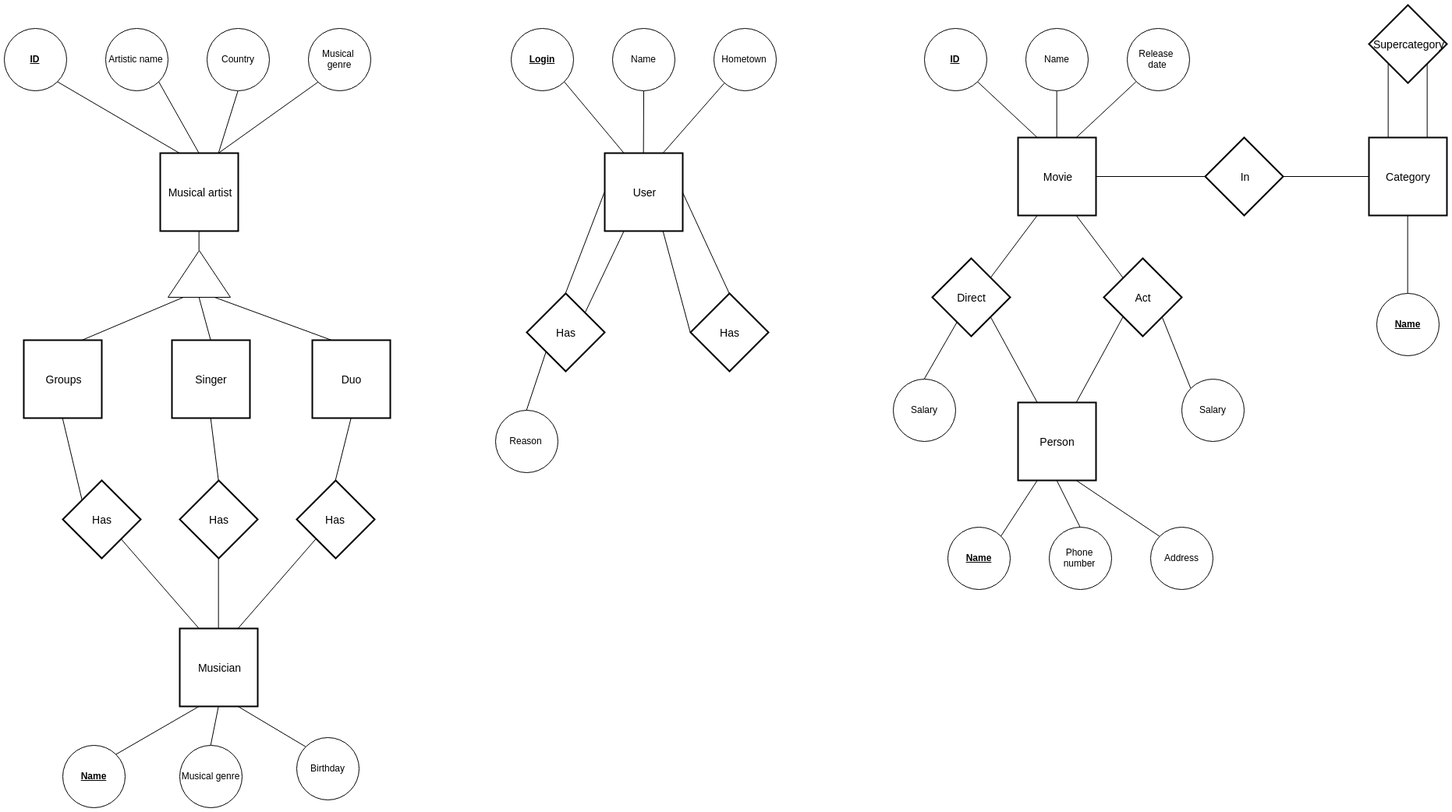
wainejr/CSB30 keeps this draw.io diagram as 02 - Modelagem/ERDiagram/ERDiagram.png. Above is the earlier version. Source tidied: cells renumbered, new cells last; positions are measured from the earlier drawing's top-left corner, leaving out a move shared by most shapes.
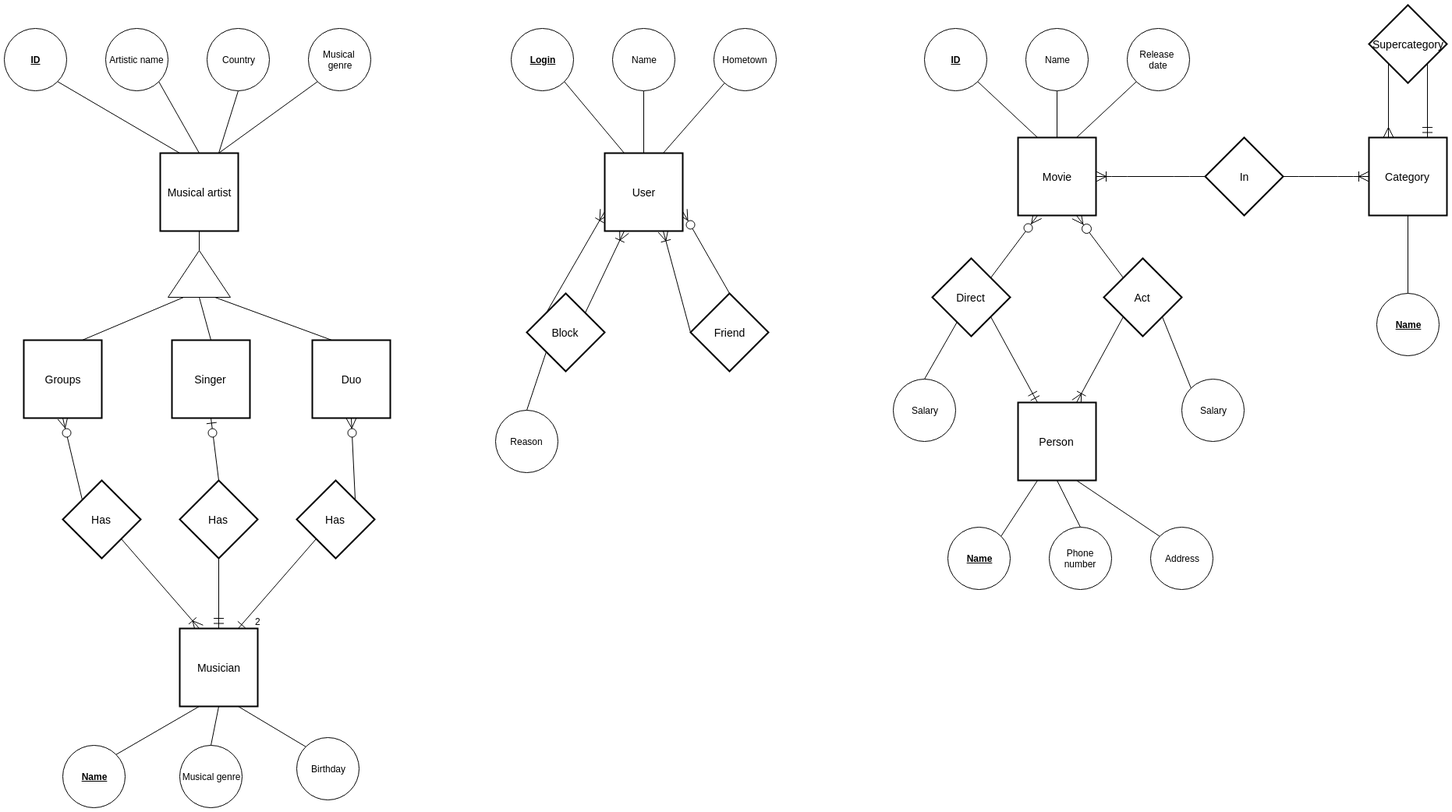
The same diagram one commit later.

Change to the diagram source:
```diff
@@ -44,39 +44,27 @@
     <mxCell id="15" style="triangle;whiteSpace=wrap;html=1;direction=north;" parent="1" vertex="1">
       <mxGeometry x="210" y="315" width="80" height="60" as="geometry" />
     </mxCell>
-    <mxCell id="16" style="edgeStyle=none;rounded=0;jettySize=auto;html=1;exitX=0.5;exitY=1;exitDx=0;exitDy=0;entryX=0;entryY=0;entryDx=0;entryDy=0;endArrow=none;endFill=0;" parent="1" edge="1" source="17" target="23">
+    <mxCell id="16" style="edgeStyle=none;jettySize=auto;html=1;exitX=0.5;exitY=1;exitDx=0;exitDy=0;entryX=0;entryY=0;entryDx=0;entryDy=0;startArrow=ERzeroToMany;startFill=1;startSize=11;endArrow=none;endFill=0;endSize=11;targetPerimeterSpacing=0;strokeWidth=1;fontSize=12;" parent="1" edge="1" source="17" target="23">
       <mxGeometry relative="1" as="geometry" />
     </mxCell>
     <mxCell id="17" value="Groups" style="strokeWidth=2;whiteSpace=wrap;html=1;align=center;fontSize=14;" parent="1" vertex="1">
       <mxGeometry x="25" y="430" width="100" height="100" as="geometry" />
     </mxCell>
-    <mxCell id="18" style="edgeStyle=none;rounded=0;jettySize=auto;html=1;exitX=0.5;exitY=1;exitDx=0;exitDy=0;entryX=0.5;entryY=0;entryDx=0;entryDy=0;endArrow=none;endFill=0;" parent="1" edge="1" source="19" target="25">
+    <mxCell id="18" style="edgeStyle=none;jettySize=auto;html=1;exitX=0.5;exitY=1;exitDx=0;exitDy=0;entryX=0.5;entryY=0;entryDx=0;entryDy=0;startArrow=ERzeroToOne;startFill=1;startSize=11;endArrow=none;endFill=0;endSize=11;targetPerimeterSpacing=0;strokeWidth=1;fontSize=12;" parent="1" edge="1" source="19" target="25">
       <mxGeometry relative="1" as="geometry" />
     </mxCell>
     <mxCell id="19" value="Singer" style="strokeWidth=2;whiteSpace=wrap;html=1;align=center;fontSize=14;" parent="1" vertex="1">
       <mxGeometry x="215" y="430" width="100" height="100" as="geometry" />
     </mxCell>
-    <mxCell id="20" style="edgeStyle=none;rounded=0;jettySize=auto;html=1;exitX=0.5;exitY=1;exitDx=0;exitDy=0;entryX=0.5;entryY=0;entryDx=0;entryDy=0;endArrow=none;endFill=0;" parent="1" edge="1" source="21" target="27">
-      <mxGeometry relative="1" as="geometry" />
-    </mxCell>
     <mxCell id="21" value="Duo" style="strokeWidth=2;whiteSpace=wrap;html=1;align=center;fontSize=14;" parent="1" vertex="1">
       <mxGeometry x="395" y="430" width="100" height="100" as="geometry" />
     </mxCell>
-    <mxCell id="22" style="edgeStyle=none;rounded=0;jettySize=auto;html=1;exitX=1;exitY=1;exitDx=0;exitDy=0;entryX=0.25;entryY=0;entryDx=0;entryDy=0;endArrow=none;endFill=0;" parent="1" edge="1" source="23" target="31">
-      <mxGeometry relative="1" as="geometry" />
-    </mxCell>
     <mxCell id="23" value="Has" style="shape=rhombus;strokeWidth=2;fontSize=17;perimeter=rhombusPerimeter;whiteSpace=wrap;html=1;align=center;fontSize=14;" parent="1" vertex="1">
       <mxGeometry x="75" y="610" width="100" height="100" as="geometry" />
     </mxCell>
-    <mxCell id="24" style="edgeStyle=none;rounded=0;jettySize=auto;html=1;exitX=0.5;exitY=1;exitDx=0;exitDy=0;entryX=0.5;entryY=0;entryDx=0;entryDy=0;endArrow=none;endFill=0;" parent="1" edge="1" source="25" target="31">
-      <mxGeometry relative="1" as="geometry" />
-    </mxCell>
     <mxCell id="25" value="Has" style="shape=rhombus;strokeWidth=2;fontSize=17;perimeter=rhombusPerimeter;whiteSpace=wrap;html=1;align=center;fontSize=14;" parent="1" vertex="1">
       <mxGeometry x="225" y="610" width="100" height="100" as="geometry" />
     </mxCell>
-    <mxCell id="26" style="edgeStyle=none;rounded=0;jettySize=auto;html=1;exitX=0;exitY=1;exitDx=0;exitDy=0;entryX=0.75;entryY=0;entryDx=0;entryDy=0;endArrow=none;endFill=0;" parent="1" edge="1" source="27" target="31">
-      <mxGeometry relative="1" as="geometry" />
-    </mxCell>
     <mxCell id="27" value="Has" style="shape=rhombus;strokeWidth=2;fontSize=17;perimeter=rhombusPerimeter;whiteSpace=wrap;html=1;align=center;fontSize=14;" parent="1" vertex="1">
       <mxGeometry x="375" y="610" width="100" height="100" as="geometry" />
     </mxCell>
@@ -89,6 +77,20 @@
     <mxCell id="30" style="edgeStyle=none;rounded=0;jettySize=auto;html=1;exitX=0.75;exitY=1;exitDx=0;exitDy=0;entryX=0;entryY=0;entryDx=0;entryDy=0;endArrow=none;endFill=0;" parent="1" edge="1" source="31" target="34">
       <mxGeometry relative="1" as="geometry" />
     </mxCell>
+    <mxCell id="83" style="edgeStyle=none;jettySize=auto;html=1;exitX=0.25;exitY=0;exitDx=0;exitDy=0;entryX=1;entryY=1;entryDx=0;entryDy=0;startArrow=ERoneToMany;startFill=0;startSize=11;endArrow=none;endFill=0;endSize=11;targetPerimeterSpacing=0;strokeWidth=1;fontSize=12;" parent="1" edge="1" source="31" target="23">
+      <mxGeometry relative="1" as="geometry" />
+    </mxCell>
+    <mxCell id="84" style="edgeStyle=none;jettySize=auto;html=1;exitX=0.5;exitY=0;exitDx=0;exitDy=0;entryX=0.5;entryY=1;entryDx=0;entryDy=0;startArrow=ERmandOne;startFill=0;startSize=11;endArrow=none;endFill=0;endSize=11;targetPerimeterSpacing=0;strokeWidth=1;fontSize=12;" parent="1" edge="1" source="31" target="25">
+      <mxGeometry relative="1" as="geometry" />
+    </mxCell>
+    <mxCell id="85" style="edgeStyle=none;jettySize=auto;html=1;exitX=0.75;exitY=0;exitDx=0;exitDy=0;entryX=0;entryY=1;entryDx=0;entryDy=0;startArrow=ERone;startFill=0;startSize=11;endArrow=none;endFill=0;endSize=11;targetPerimeterSpacing=0;strokeWidth=1;fontSize=12;" parent="1" edge="1" source="31" target="27">
+      <mxGeometry relative="1" as="geometry" />
+    </mxCell>
+    <mxCell id="86" value="2" style="text;html=1;align=center;verticalAlign=middle;labelBackgroundColor=#ffffff;fontSize=12;" parent="85" vertex="1">
+      <mxGeometry x="-0.44" y="-3" relative="1" as="geometry">
+        <mxPoint x="-5" y="20" as="offset" />
+      </mxGeometry>
+    </mxCell>
     <mxCell id="31" value="Musician" style="strokeWidth=2;whiteSpace=wrap;html=1;align=center;fontSize=14;" parent="1" vertex="1">
       <mxGeometry x="225" y="800" width="100" height="100" as="geometry" />
     </mxCell>
@@ -110,6 +112,18 @@
     <mxCell id="37" style="edgeStyle=none;rounded=0;jettySize=auto;html=1;exitX=0.75;exitY=0;exitDx=0;exitDy=0;endArrow=none;endFill=0;" parent="1" edge="1" source="38" target="41">
       <mxGeometry relative="1" as="geometry" />
     </mxCell>
+    <mxCell id="87" style="edgeStyle=none;jettySize=auto;html=1;exitX=1;exitY=0.75;exitDx=0;exitDy=0;entryX=0;entryY=0.5;entryDx=0;entryDy=0;startArrow=ERzeroToMany;startFill=1;startSize=11;endArrow=none;endFill=0;endSize=11;targetPerimeterSpacing=0;strokeWidth=1;fontSize=12;" parent="1" edge="1" source="38" target="47">
+      <mxGeometry relative="1" as="geometry" />
+    </mxCell>
+    <mxCell id="88" style="edgeStyle=none;jettySize=auto;html=1;exitX=0.75;exitY=1;exitDx=0;exitDy=0;entryX=0.5;entryY=1;entryDx=0;entryDy=0;startArrow=ERoneToMany;startFill=0;startSize=11;endArrow=none;endFill=0;endSize=11;targetPerimeterSpacing=0;strokeWidth=1;fontSize=12;" parent="1" edge="1" source="38" target="47">
+      <mxGeometry relative="1" as="geometry" />
+    </mxCell>
+    <mxCell id="89" style="edgeStyle=none;jettySize=auto;html=1;exitX=0.25;exitY=1;exitDx=0;exitDy=0;entryX=1;entryY=0;entryDx=0;entryDy=0;startArrow=ERoneToMany;startFill=0;startSize=11;endArrow=none;endFill=0;endSize=11;targetPerimeterSpacing=0;strokeWidth=1;fontSize=12;" parent="1" edge="1" source="38" target="44">
+      <mxGeometry relative="1" as="geometry" />
+    </mxCell>
+    <mxCell id="90" style="edgeStyle=none;jettySize=auto;html=1;exitX=0;exitY=0.75;exitDx=0;exitDy=0;entryX=0;entryY=0;entryDx=0;entryDy=0;startArrow=ERoneToMany;startFill=0;startSize=11;endArrow=none;endFill=0;endSize=11;targetPerimeterSpacing=0;strokeWidth=1;fontSize=12;" parent="1" edge="1" source="38" target="44">
+      <mxGeometry relative="1" as="geometry" />
+    </mxCell>
     <mxCell id="38" value="User" style="strokeWidth=2;whiteSpace=wrap;html=1;align=center;fontSize=14;" parent="1" vertex="1">
       <mxGeometry x="770" y="190" width="100" height="100" as="geometry" />
     </mxCell>
@@ -122,22 +136,10 @@
     <mxCell id="41" value="Hometown" style="ellipse;whiteSpace=wrap;html=1;" parent="1" vertex="1">
       <mxGeometry x="910" y="30.2" width="80" height="80" as="geometry" />
     </mxCell>
-    <mxCell id="42" style="edgeStyle=none;rounded=0;jettySize=auto;html=1;exitX=1;exitY=0;exitDx=0;exitDy=0;entryX=0.25;entryY=1;entryDx=0;entryDy=0;endArrow=none;endFill=0;" parent="1" edge="1" source="44" target="38">
-      <mxGeometry relative="1" as="geometry" />
-    </mxCell>
-    <mxCell id="43" style="edgeStyle=none;rounded=0;jettySize=auto;html=1;exitX=0.5;exitY=0;exitDx=0;exitDy=0;entryX=0;entryY=0.5;entryDx=0;entryDy=0;endArrow=none;endFill=0;" parent="1" edge="1" source="44" target="38">
-      <mxGeometry relative="1" as="geometry" />
-    </mxCell>
-    <mxCell id="44" value="Has" style="shape=rhombus;strokeWidth=2;fontSize=17;perimeter=rhombusPerimeter;whiteSpace=wrap;html=1;align=center;fontSize=14;" parent="1" vertex="1">
+    <mxCell id="44" value="Block" style="shape=rhombus;strokeWidth=2;fontSize=17;perimeter=rhombusPerimeter;whiteSpace=wrap;html=1;align=center;fontSize=14;" parent="1" vertex="1">
       <mxGeometry x="670" y="370" width="100" height="100" as="geometry" />
     </mxCell>
-    <mxCell id="45" style="edgeStyle=none;rounded=0;jettySize=auto;html=1;exitX=0.5;exitY=1;exitDx=0;exitDy=0;entryX=0.75;entryY=1;entryDx=0;entryDy=0;endArrow=none;endFill=0;" parent="1" edge="1" source="47" target="38">
-      <mxGeometry relative="1" as="geometry" />
-    </mxCell>
-    <mxCell id="46" style="edgeStyle=none;rounded=0;jettySize=auto;html=1;exitX=0;exitY=0.5;exitDx=0;exitDy=0;entryX=1;entryY=0.5;entryDx=0;entryDy=0;endArrow=none;endFill=0;" parent="1" edge="1" source="47" target="38">
-      <mxGeometry relative="1" as="geometry" />
-    </mxCell>
-    <mxCell id="47" value="Has" style="shape=rhombus;strokeWidth=2;fontSize=17;perimeter=rhombusPerimeter;whiteSpace=wrap;html=1;align=center;fontSize=14;direction=south;" parent="1" vertex="1">
+    <mxCell id="47" value="Friend" style="shape=rhombus;strokeWidth=2;fontSize=17;perimeter=rhombusPerimeter;whiteSpace=wrap;html=1;align=center;fontSize=14;direction=south;" parent="1" vertex="1">
       <mxGeometry x="880" y="370" width="100" height="100" as="geometry" />
     </mxCell>
     <mxCell id="48" style="edgeStyle=none;rounded=0;jettySize=auto;html=1;exitX=0.5;exitY=0;exitDx=0;exitDy=0;entryX=0;entryY=1;entryDx=0;entryDy=0;endArrow=none;endFill=0;" parent="1" edge="1" source="49" target="44">
@@ -155,10 +157,13 @@
     <mxCell id="52" style="edgeStyle=none;rounded=0;jettySize=auto;html=1;exitX=0.75;exitY=0;exitDx=0;exitDy=0;entryX=0;entryY=1;entryDx=0;entryDy=0;endArrow=none;endFill=0;" parent="1" edge="1" source="55" target="58">
       <mxGeometry relative="1" as="geometry" />
     </mxCell>
+    <mxCell id="91" style="edgeStyle=entityRelationEdgeStyle;jettySize=auto;html=1;exitX=1;exitY=0.5;exitDx=0;exitDy=0;entryX=0;entryY=0.5;entryDx=0;entryDy=0;endArrow=none;fontSize=12;startArrow=ERoneToMany;startFill=0;endFill=0;startSize=11;" parent="1" edge="1" source="55" target="71">
+      <mxGeometry relative="1" as="geometry" />
+    </mxCell>
-    <mxCell id="53" style="edgeStyle=none;rounded=0;jettySize=auto;html=1;exitX=0.75;exitY=1;exitDx=0;exitDy=0;entryX=0;entryY=0;entryDx=0;entryDy=0;endArrow=none;endFill=0;" parent="1" edge="1" source="55" target="60">
+    <mxCell id="53" style="jettySize=auto;html=1;exitX=0.75;exitY=1;exitDx=0;exitDy=0;entryX=0;entryY=0;entryDx=0;entryDy=0;startArrow=ERzeroToMany;startFill=1;endArrow=none;endFill=0;fontSize=12;targetPerimeterSpacing=0;strokeWidth=1;endSize=11;startSize=12;" parent="1" edge="1" source="55" target="60">
       <mxGeometry relative="1" as="geometry" />
     </mxCell>
-    <mxCell id="54" style="edgeStyle=none;rounded=0;jettySize=auto;html=1;exitX=0.25;exitY=1;exitDx=0;exitDy=0;entryX=1;entryY=0;entryDx=0;entryDy=0;endArrow=none;endFill=0;" parent="1" edge="1" source="55" target="62">
+    <mxCell id="54" style="edgeStyle=none;jettySize=auto;html=1;exitX=0.25;exitY=1;exitDx=0;exitDy=0;entryX=1;entryY=0;entryDx=0;entryDy=0;startArrow=ERzeroToMany;startFill=1;startSize=11;endArrow=none;endFill=0;endSize=11;targetPerimeterSpacing=0;strokeWidth=1;fontSize=12;" parent="1" edge="1" source="55" target="62">
       <mxGeometry relative="1" as="geometry" />
     </mxCell>
     <mxCell id="55" value="Movie" style="strokeWidth=2;whiteSpace=wrap;html=1;align=center;fontSize=14;" parent="1" vertex="1">
@@ -173,15 +178,9 @@
     <mxCell id="58" value="Release &lt;br&gt;date" style="ellipse;whiteSpace=wrap;html=1;" parent="1" vertex="1">
       <mxGeometry x="1440.2" y="30.2" width="80" height="80" as="geometry" />
     </mxCell>
-    <mxCell id="59" style="edgeStyle=none;rounded=0;jettySize=auto;html=1;exitX=0;exitY=1;exitDx=0;exitDy=0;entryX=0.75;entryY=0;entryDx=0;entryDy=0;endArrow=none;endFill=0;" parent="1" edge="1" source="60" target="66">
-      <mxGeometry relative="1" as="geometry" />
-    </mxCell>
     <mxCell id="60" value="Act" style="shape=rhombus;strokeWidth=2;fontSize=17;perimeter=rhombusPerimeter;whiteSpace=wrap;html=1;align=center;fontSize=14;" parent="1" vertex="1">
       <mxGeometry x="1410" y="325" width="100" height="100" as="geometry" />
     </mxCell>
-    <mxCell id="61" style="edgeStyle=none;rounded=0;jettySize=auto;html=1;exitX=1;exitY=1;exitDx=0;exitDy=0;entryX=0.25;entryY=0;entryDx=0;entryDy=0;endArrow=none;endFill=0;" parent="1" edge="1" source="62" target="66">
-      <mxGeometry relative="1" as="geometry" />
-    </mxCell>
     <mxCell id="62" value="Direct" style="shape=rhombus;strokeWidth=2;fontSize=17;perimeter=rhombusPerimeter;whiteSpace=wrap;html=1;align=center;fontSize=14;" parent="1" vertex="1">
       <mxGeometry x="1190" y="325" width="100" height="100" as="geometry" />
     </mxCell>
@@ -194,6 +193,12 @@
     <mxCell id="65" style="edgeStyle=none;rounded=0;jettySize=auto;html=1;exitX=0.75;exitY=1;exitDx=0;exitDy=0;entryX=0;entryY=0;entryDx=0;entryDy=0;endArrow=none;endFill=0;" parent="1" edge="1" source="66" target="69">
       <mxGeometry relative="1" as="geometry" />
     </mxCell>
+    <mxCell id="92" style="edgeStyle=none;jettySize=auto;html=1;exitX=0.75;exitY=0;exitDx=0;exitDy=0;entryX=0;entryY=1;entryDx=0;entryDy=0;startArrow=ERoneToMany;startFill=0;endArrow=none;endFill=0;fontSize=12;startSize=11;" parent="1" edge="1" source="66" target="60">
+      <mxGeometry relative="1" as="geometry" />
+    </mxCell>
+    <mxCell id="93" style="edgeStyle=none;jettySize=auto;html=1;exitX=0.25;exitY=0;exitDx=0;exitDy=0;entryX=1;entryY=1;entryDx=0;entryDy=0;startArrow=ERmandOne;startFill=0;startSize=11;endArrow=none;endFill=0;endSize=11;targetPerimeterSpacing=0;strokeWidth=1;fontSize=12;" parent="1" edge="1" source="66" target="62">
+      <mxGeometry relative="1" as="geometry" />
+    </mxCell>
     <mxCell id="66" value="Person&lt;br&gt;" style="strokeWidth=2;whiteSpace=wrap;html=1;align=center;fontSize=14;" parent="1" vertex="1">
       <mxGeometry x="1300" y="510" width="100" height="100" as="geometry" />
     </mxCell>
@@ -206,24 +211,18 @@
     <mxCell id="69" value="Address" style="ellipse;whiteSpace=wrap;html=1;" parent="1" vertex="1">
       <mxGeometry x="1470.2" y="670" width="80" height="80" as="geometry" />
     </mxCell>
-    <mxCell id="70" style="edgeStyle=orthogonalEdgeStyle;rounded=0;jettySize=auto;html=1;exitX=0;exitY=0.5;exitDx=0;exitDy=0;entryX=1;entryY=0.5;entryDx=0;entryDy=0;endArrow=none;endFill=0;" parent="1" edge="1" source="71" target="55">
-      <mxGeometry relative="1" as="geometry" />
-    </mxCell>
     <mxCell id="71" value="In" style="shape=rhombus;strokeWidth=2;fontSize=17;perimeter=rhombusPerimeter;whiteSpace=wrap;html=1;align=center;fontSize=14;" parent="1" vertex="1">
       <mxGeometry x="1540" y="170" width="100" height="100" as="geometry" />
     </mxCell>
     <mxCell id="72" style="edgeStyle=orthogonalEdgeStyle;rounded=0;jettySize=auto;html=1;exitX=0.5;exitY=0;exitDx=0;exitDy=0;entryX=0.5;entryY=1;entryDx=0;entryDy=0;endArrow=none;endFill=0;" parent="1" edge="1" source="78" target="76">
       <mxGeometry relative="1" as="geometry" />
     </mxCell>
-    <mxCell id="73" style="edgeStyle=orthogonalEdgeStyle;rounded=0;jettySize=auto;html=1;exitX=0.25;exitY=0;exitDx=0;exitDy=0;entryX=0;entryY=1;entryDx=0;entryDy=0;endArrow=none;endFill=0;" parent="1" edge="1" source="76" target="77">
+    <mxCell id="73" style="edgeStyle=orthogonalEdgeStyle;rounded=0;jettySize=auto;html=1;exitX=0.25;exitY=0;exitDx=0;exitDy=0;entryX=0;entryY=1;entryDx=0;entryDy=0;endArrow=none;endFill=0;startArrow=ERmany;startFill=0;startSize=11;" parent="1" edge="1" source="76" target="77">
       <mxGeometry relative="1" as="geometry" />
     </mxCell>
-    <mxCell id="74" style="edgeStyle=orthogonalEdgeStyle;rounded=0;jettySize=auto;html=1;exitX=0.75;exitY=0;exitDx=0;exitDy=0;entryX=1;entryY=1;entryDx=0;entryDy=0;endArrow=none;endFill=0;" parent="1" edge="1" source="76" target="77">
+    <mxCell id="74" style="edgeStyle=orthogonalEdgeStyle;rounded=0;jettySize=auto;html=1;exitX=0.75;exitY=0;exitDx=0;exitDy=0;entryX=1;entryY=1;entryDx=0;entryDy=0;endArrow=none;endFill=0;startArrow=ERmandOne;startFill=0;spacingBottom=1;startSize=11;" parent="1" edge="1" source="76" target="77">
       <mxGeometry relative="1" as="geometry" />
     </mxCell>
-    <mxCell id="75" style="edgeStyle=orthogonalEdgeStyle;rounded=0;jettySize=auto;html=1;exitX=0;exitY=0.5;exitDx=0;exitDy=0;entryX=1;entryY=0.5;entryDx=0;entryDy=0;endArrow=none;endFill=0;" parent="1" edge="1" source="76" target="71">
-      <mxGeometry relative="1" as="geometry" />
-    </mxCell>
     <mxCell id="76" value="Category" style="strokeWidth=2;whiteSpace=wrap;html=1;align=center;fontSize=14;" parent="1" vertex="1">
       <mxGeometry x="1750" y="170" width="100" height="100" as="geometry" />
     </mxCell>
@@ -245,5 +244,11 @@
     <mxCell id="82" value="Salary" style="ellipse;whiteSpace=wrap;html=1;" parent="1" vertex="1">
       <mxGeometry x="1510" y="480" width="80" height="80" as="geometry" />
     </mxCell>
+    <mxCell id="94" style="edgeStyle=entityRelationEdgeStyle;fontSize=12;html=1;endArrow=ERoneToMany;exitX=1;exitY=0.5;exitDx=0;exitDy=0;entryX=0;entryY=0.5;entryDx=0;entryDy=0;startSize=11;endSize=11;" parent="1" edge="1" source="71" target="76">
+      <mxGeometry relative="1" as="geometry" />
+    </mxCell>
+    <mxCell id="20" style="edgeStyle=none;jettySize=auto;html=1;exitX=0.5;exitY=1;exitDx=0;exitDy=0;entryX=1;entryY=0;entryDx=0;entryDy=0;startArrow=ERzeroToMany;startFill=1;startSize=11;endArrow=none;endFill=0;endSize=11;targetPerimeterSpacing=0;strokeWidth=1;fontSize=12;" parent="1" edge="1" source="21" target="27">
+      <mxGeometry relative="1" as="geometry" />
+    </mxCell>
   </root>
 </mxGraphModel>
```
